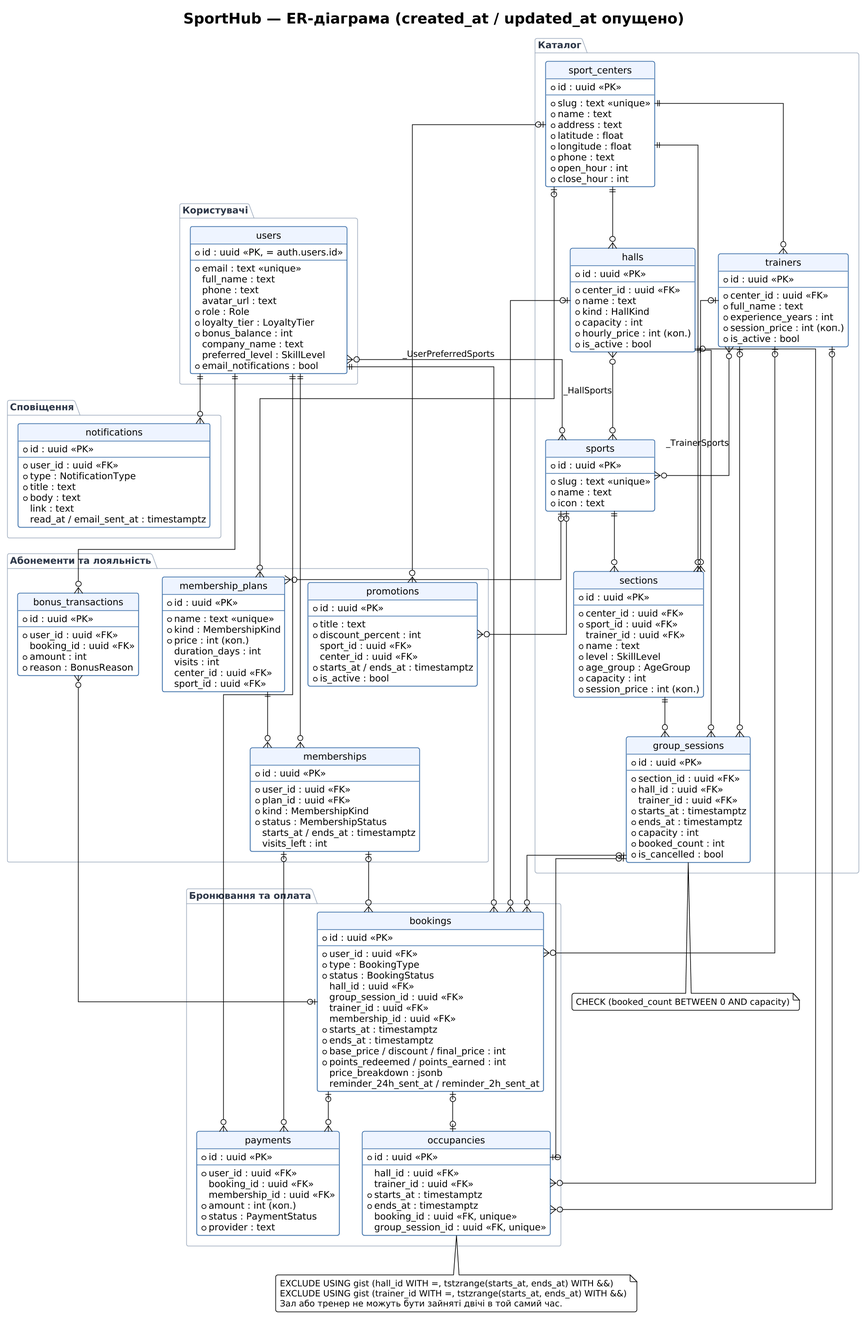
This is docs/diagrams/er-diagram.png from yuriivynar/sports-booking-service, a PlantUML export, as it was before one commit.
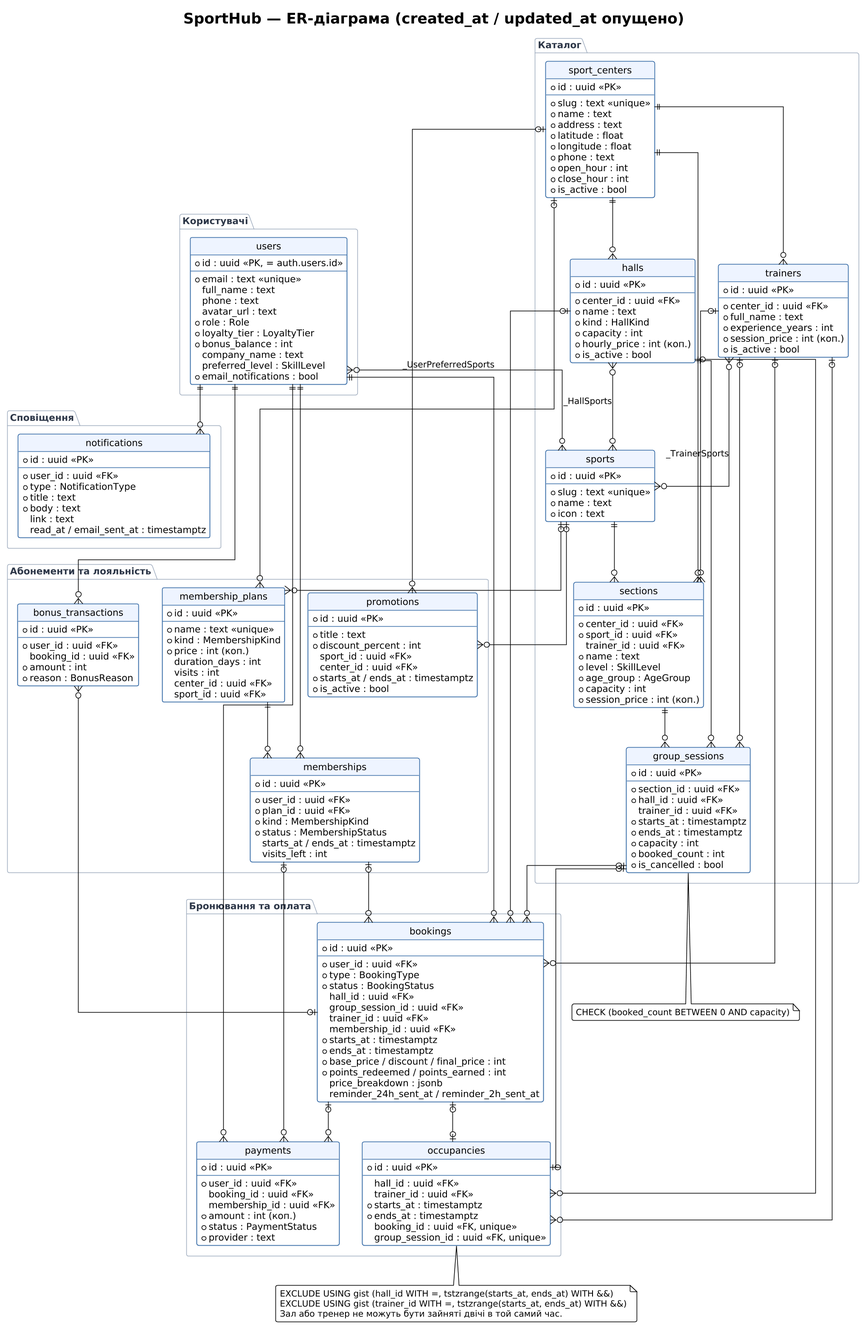
Later version of the same file.

Commit message:
docs: show center cancellation and when points are credited in the diagrams

Change to the diagram source:
```diff
@@ -56,6 +56,7 @@
     * phone : text
     * open_hour : int
     * close_hour : int
+    * is_active : bool
   }
 
   entity halls {
```
